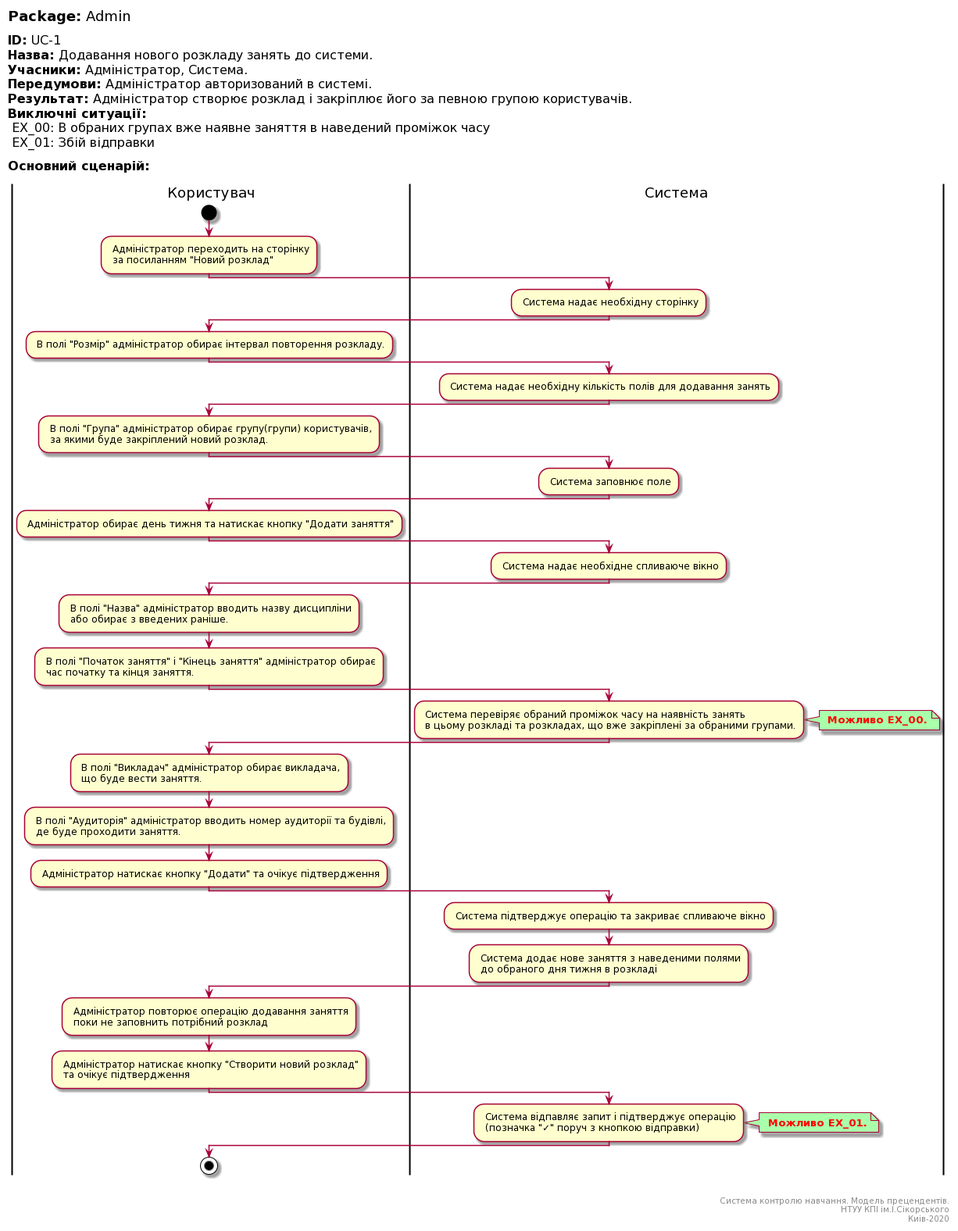
vladlinu/TeamOne keeps this PlantUML diagram as docs/UML_Diagrams/scenarios/admin/diagrams/UC-1.png. Above is the earlier version.
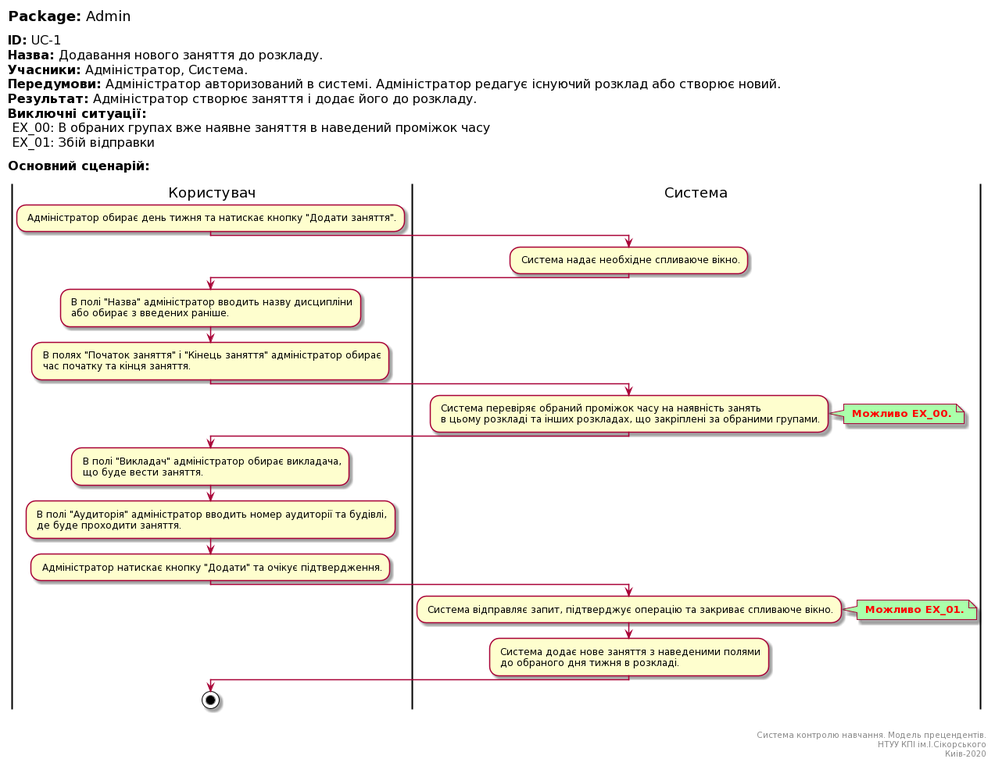
Above is the later version.

The edit, as a diff of the source:
```diff
@@ -3,10 +3,10 @@
 <font color=000 size=18><b>Package:</b> Admin
 
 <font color=000 size=16><b>ID:</b> UC-1
-<font color=000 size=16><b>Назва:</b> Додавання нового розкладу занять до системи.
+<font color=000 size=16><b>Назва:</b> Додавання нового заняття до розкладу.
 <font color=000 size=16><b>Учасники:</b> Адміністратор, Система.
-<font color=000 size=16><b>Передумови:</b> Адміністратор авторизований в системі.
-<font color=000 size=16><b>Результат:</b> Адміністратор створює розклад і закріплює його за певною групою користувачів.
+<font color=000 size=16><b>Передумови:</b> Адміністратор авторизований в системі. Адміністратор редагує існуючий розклад або створює новий.
+<font color=000 size=16><b>Результат:</b> Адміністратор створює заняття і додає його до розкладу.
 <font color=000 size=16><b>Виключні ситуації:</b>
 <font color=000 size=16> EX_00: В обраних групах вже наявне заняття в наведений проміжок часу
 <font color=000 size=16> EX_01: Збій відправки
@@ -16,42 +16,21 @@
 end header
 
 |Користувач|
-start
-: Адміністратор переходить на сторінку
- за посиланням "Новий розклад";
+: Адміністратор обирає день тижня та натискає кнопку "Додати заняття".;
 
 |Система|
-: Система надає необхідну сторінку;
-
-|Користувач|
-: В полі "Розмір" адміністратор обирає інтервал повторення розкладу.;
-
-|Система|
-: Система надає необхідну кількість полів для додавання занять;
-
-|Користувач|
-: В полі "Група" адміністратор обирає групу(групи) користувачів,
- за якими буде закріплений новий розклад.;
-
-|Система|
-: Система заповнює поле;
-
-|Користувач|
-: Адміністратор обирає день тижня та натискає кнопку "Додати заняття";
-
-|Система|
-: Система надає необхідне спливаюче вікно;
+: Система надає необхідне спливаюче вікно.;
 
 |Користувач|
 : В полі "Назва" адміністратор вводить назву дисципліни
  або обирає з введених раніше.;
 
-: В полі "Початок заняття" і "Кінець заняття" адміністратор обирає
+: В полях "Початок заняття" і "Кінець заняття" адміністратор обирає
  час початку та кінця заняття.;
 
 |Система|
 : Система перевіряє обраний проміжок часу на наявність занять
- в цьому розкладі та розкладах, що вже закріплені за обраними групами.;
+ в цьому розкладі та інших розкладах, що закріплені за обраними групами.;
 
 note right #aaffaa
 <font color=red><b> Можливо EX_00.
@@ -64,28 +43,17 @@
 : В полі "Аудиторія" адміністратор вводить номер аудиторії та будівлі,
  де буде проходити заняття.;
 
-: Адміністратор натискає кнопку "Додати" та очікує підтвердження;
+: Адміністратор натискає кнопку "Додати" та очікує підтвердження.;
 
 |Система|
-: Система підтверджує операцію та закриває спливаюче вікно;
-
-: Система додає нове заняття з наведеними полями
- до обраного дня тижня в розкладі;
-
-|Користувач|
-: Адміністратор повторює операцію додавання заняття
- поки не заповнить потрібний розклад;
-
-: Адміністратор натискає кнопку "Створити новий розклад"
- та очікує підтвердження;
-
-|Система|
-: Система відпавляє запит і підтверджує операцію
- (позначка "✓" поруч з кнопкою відправки);
+: Система відправляє запит, підтверджує операцію та закриває спливаюче вікно.;
 
 note right #aaffaa
 <font color=red><b> Можливо EX_01.
 end note
+
+: Система додає нове заняття з наведеними полями
+ до обраного дня тижня в розкладі.;
 
 |Користувач|
 stop;
```
